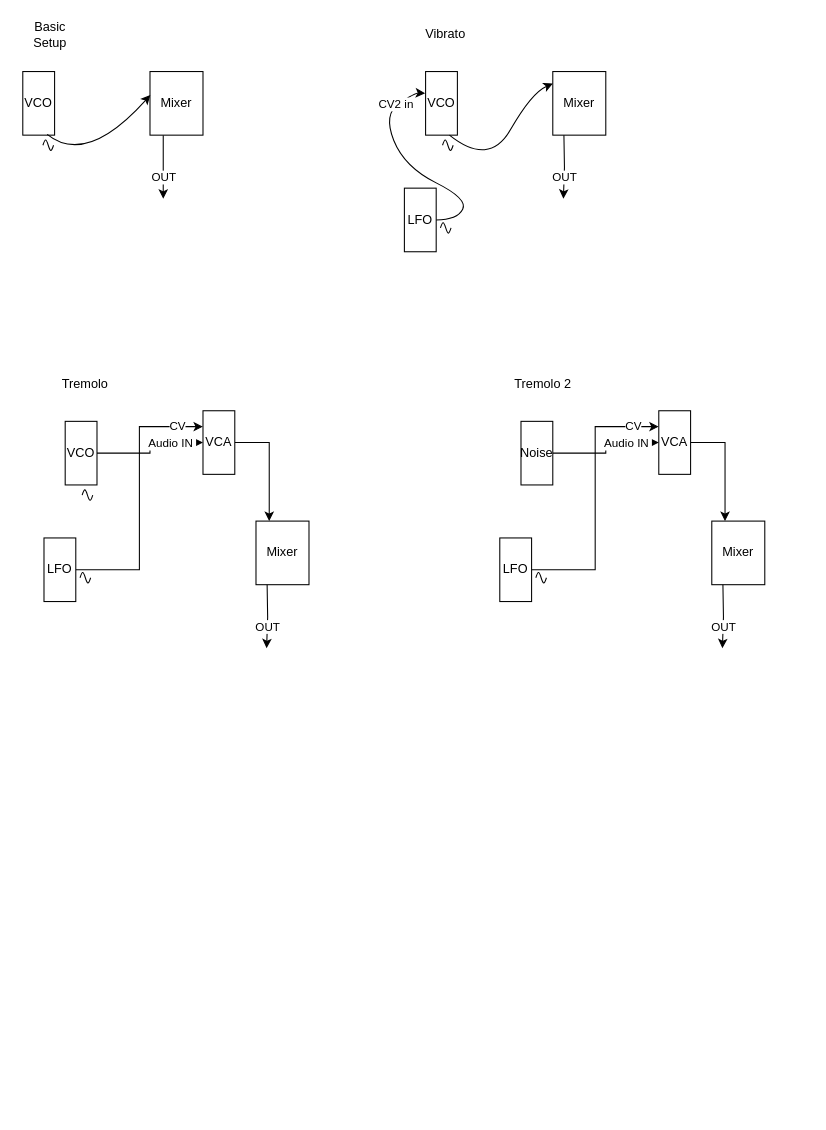
Above: 05-Analog-Synthesis/01-Oscillators/VCO_LFO_Basics.drawio in SEM-Mozarteum/sem-meko (draw.io), before the change. Source tidied: cells renumbered, new cells numbered last; positions are measured from the earlier drawing's top-left corner, leaving out a move shared by most shapes. Both pictures are drawn from the tidied source at 106%, with x=0, y=0 at pixel (18, 18).
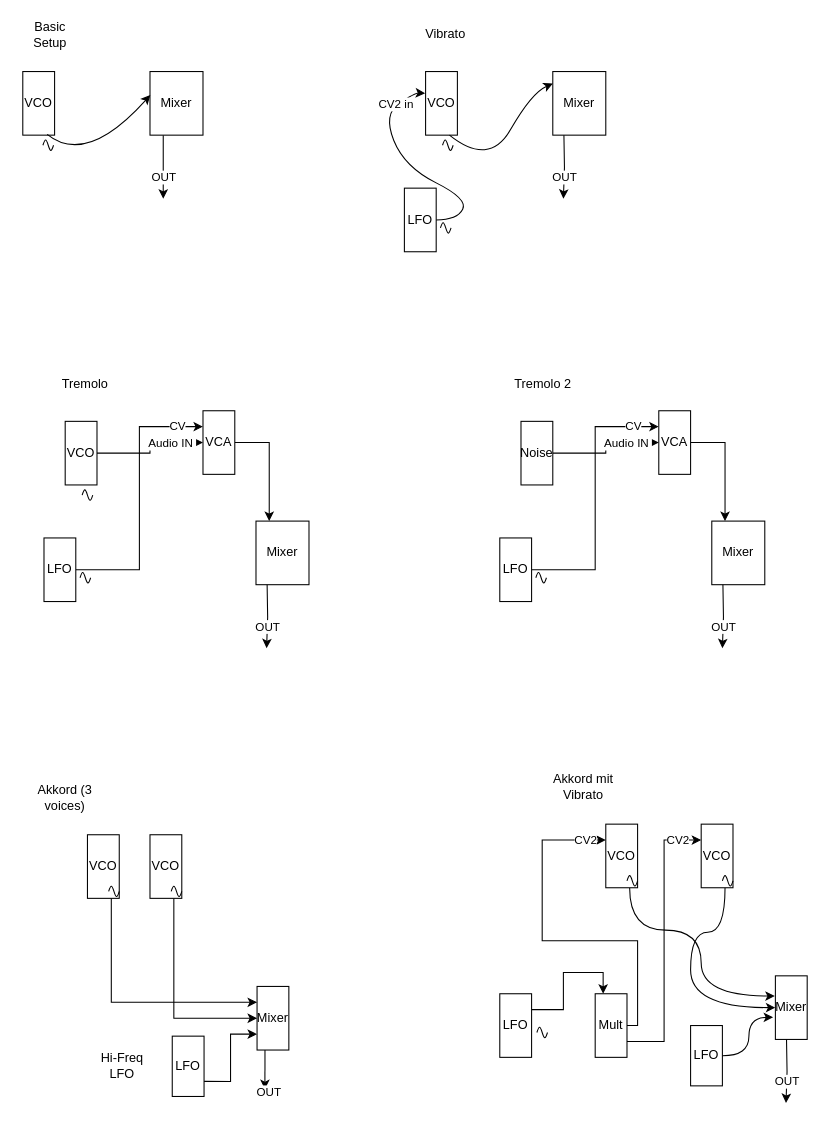
After the change.

What changed in the source:
```diff
@@
+    <mxCell id="47" style="edgeStyle=orthogonalEdgeStyle;rounded=0;jettySize=auto;html=1;exitX=0.75;exitY=1;exitDx=0;exitDy=0;entryX=-0.018;entryY=0.318;entryDx=0;entryDy=0;curved=1;entryPerimeter=0;" parent="1" edge="1" source="48" target="49">
+      <mxGeometry relative="1" as="geometry">
+        <Array as="points">
+          <mxPoint x="576" y="860" />
+          <mxPoint x="644" y="860" />
+          <mxPoint x="644" y="922" />
+        </Array>
+      </mxGeometry>
+    </mxCell>
+    <mxCell id="48" value="VCO" style="rounded=0;whiteSpace=wrap;html=1;align=center;" parent="1" vertex="1">
+      <mxGeometry x="554" y="760" width="30" height="60" as="geometry" />
+    </mxCell>
+    <mxCell id="49" value="Mixer" style="rounded=0;whiteSpace=wrap;html=1;align=center;" parent="1" vertex="1">
+      <mxGeometry x="714" y="903.1" width="30" height="60" as="geometry" />
+    </mxCell>
+    <mxCell id="50" style="edgeStyle=orthogonalEdgeStyle;rounded=0;jettySize=auto;html=1;exitX=1;exitY=0.25;exitDx=0;exitDy=0;entryX=0.25;entryY=0;entryDx=0;entryDy=0;" parent="1" edge="1" source="51" target="61">
+      <mxGeometry relative="1" as="geometry" />
+    </mxCell>
+    <mxCell id="51" value="LFO" style="rounded=0;whiteSpace=wrap;html=1;align=center;" parent="1" vertex="1">
+      <mxGeometry x="454" y="920" width="30" height="60" as="geometry" />
+    </mxCell>
+    <mxCell id="52" style="verticalLabelPosition=bottom;shadow=0;dashed=0;align=center;html=1;verticalAlign=top;shape=mxgraph.electrical.waveforms.sine_wave;labelBackgroundColor=default;labelBorderColor=default;" parent="1" vertex="1">
+      <mxGeometry x="489" y="950" width="10" height="13.1" as="geometry" />
+    </mxCell>
+    <mxCell id="53" value="Akkord mit Vibrato" style="text;html=1;whiteSpace=wrap;strokeColor=none;fillColor=none;align=center;verticalAlign=middle;rounded=0;" parent="1" vertex="1">
+      <mxGeometry x="503" y="710" width="60" height="30" as="geometry" />
+    </mxCell>
+    <mxCell id="54" style="verticalLabelPosition=bottom;shadow=0;dashed=0;align=center;html=1;verticalAlign=top;shape=mxgraph.electrical.waveforms.sine_wave;labelBackgroundColor=default;labelBorderColor=default;" parent="1" vertex="1">
+      <mxGeometry x="574" y="806.9" width="10" height="13.1" as="geometry" />
+    </mxCell>
+    <mxCell id="55" style="edgeStyle=orthogonalEdgeStyle;rounded=0;orthogonalLoop=1;jettySize=auto;html=1;exitX=0.25;exitY=1;exitDx=0;exitDy=0;" parent="1" edge="1">
+      <mxGeometry relative="1" as="geometry">
+        <mxPoint x="724.5" y="963.1" as="sourcePoint" />
+        <mxPoint x="724" y="1023.1" as="targetPoint" />
+      </mxGeometry>
+    </mxCell>
+    <mxCell id="56" value="OUT" style="edgeLabel;html=1;align=center;verticalAlign=middle;" parent="55" vertex="1">
+      <mxGeometry x="0.52" relative="1" as="geometry">
+        <mxPoint y="-6" as="offset" />
+      </mxGeometry>
+    </mxCell>
+    <mxCell id="57" style="edgeStyle=orthogonalEdgeStyle;rounded=0;jettySize=auto;html=1;exitX=1;exitY=0.5;exitDx=0;exitDy=0;entryX=0;entryY=0.25;entryDx=0;entryDy=0;" parent="1" edge="1" source="61" target="48">
+      <mxGeometry relative="1" as="geometry">
+        <Array as="points">
+          <mxPoint x="584" y="950" />
+          <mxPoint x="584" y="870" />
+          <mxPoint x="494" y="870" />
+          <mxPoint x="494" y="775" />
+        </Array>
+      </mxGeometry>
+    </mxCell>
+    <mxCell id="58" value="CV2" style="edgeLabel;html=1;align=center;verticalAlign=middle;" parent="57" vertex="1">
+      <mxGeometry x="0.88" y="1" relative="1" as="geometry" />
+    </mxCell>
+    <mxCell id="59" style="edgeStyle=orthogonalEdgeStyle;rounded=0;jettySize=auto;html=1;exitX=1;exitY=0.75;exitDx=0;exitDy=0;entryX=0;entryY=0.25;entryDx=0;entryDy=0;" parent="1" edge="1" source="61" target="63">
+      <mxGeometry relative="1" as="geometry" />
+    </mxCell>
+    <mxCell id="60" value="CV2" style="edgeLabel;html=1;align=center;verticalAlign=middle;" parent="59" vertex="1">
+      <mxGeometry x="0.88" y="2" relative="1" as="geometry">
+        <mxPoint x="-7" y="1" as="offset" />
+      </mxGeometry>
+    </mxCell>
+    <mxCell id="61" value="Mult" style="rounded=0;whiteSpace=wrap;html=1;align=center;" parent="1" vertex="1">
+      <mxGeometry x="544" y="920" width="30" height="60" as="geometry" />
+    </mxCell>
+    <mxCell id="62" style="edgeStyle=orthogonalEdgeStyle;rounded=0;jettySize=auto;html=1;exitX=0.75;exitY=1;exitDx=0;exitDy=0;entryX=0;entryY=0.5;entryDx=0;entryDy=0;curved=1;" parent="1" edge="1" source="63" target="49">
+      <mxGeometry relative="1" as="geometry">
+        <Array as="points">
+          <mxPoint x="666" y="862" />
+          <mxPoint x="634" y="862" />
+          <mxPoint x="634" y="933" />
+        </Array>
+      </mxGeometry>
+    </mxCell>
+    <mxCell id="63" value="VCO" style="rounded=0;whiteSpace=wrap;html=1;align=center;" parent="1" vertex="1">
+      <mxGeometry x="644" y="760" width="30" height="60" as="geometry" />
+    </mxCell>
+    <mxCell id="64" style="verticalLabelPosition=bottom;shadow=0;dashed=0;align=center;html=1;verticalAlign=top;shape=mxgraph.electrical.waveforms.sine_wave;labelBackgroundColor=default;labelBorderColor=default;" parent="1" vertex="1">
+      <mxGeometry x="664" y="806.9" width="10" height="13.1" as="geometry" />
+    </mxCell>
+    <mxCell id="65" value="LFO" style="rounded=0;whiteSpace=wrap;html=1;align=center;" parent="1" vertex="1">
+      <mxGeometry x="634" y="950" width="30" height="56.9" as="geometry" />
+    </mxCell>
+    <mxCell id="66" style="edgeStyle=orthogonalEdgeStyle;rounded=0;jettySize=auto;html=1;exitX=1;exitY=0.5;exitDx=0;exitDy=0;entryX=-0.071;entryY=0.653;entryDx=0;entryDy=0;entryPerimeter=0;curved=1;" parent="1" edge="1" source="65" target="49">
+      <mxGeometry relative="1" as="geometry" />
+    </mxCell>
+    <mxCell id="67" style="edgeStyle=orthogonalEdgeStyle;rounded=0;jettySize=auto;html=1;exitX=0.75;exitY=1;exitDx=0;exitDy=0;entryX=0;entryY=0.25;entryDx=0;entryDy=0;" parent="1" edge="1" source="68" target="70">
+      <mxGeometry relative="1" as="geometry" />
+    </mxCell>
+    <mxCell id="68" value="VCO" style="rounded=0;whiteSpace=wrap;html=1;align=center;" parent="1" vertex="1">
+      <mxGeometry x="65" y="770" width="30" height="60" as="geometry" />
+    </mxCell>
+    <mxCell id="69" style="edgeStyle=orthogonalEdgeStyle;rounded=0;jettySize=auto;html=1;exitX=0.25;exitY=1;exitDx=0;exitDy=0;" parent="1" edge="1" source="70">
+      <mxGeometry relative="1" as="geometry">
+        <mxPoint x="232.4" y="1010" as="targetPoint" />
+      </mxGeometry>
+    </mxCell>
+    <mxCell id="70" value="Mixer" style="rounded=0;whiteSpace=wrap;html=1;align=center;" parent="1" vertex="1">
+      <mxGeometry x="225" y="913.1" width="30" height="60" as="geometry" />
+    </mxCell>
+    <mxCell id="71" value="Akkord (3 voices)" style="text;html=1;whiteSpace=wrap;strokeColor=none;fillColor=none;align=center;verticalAlign=middle;rounded=0;" parent="1" vertex="1">
+      <mxGeometry x="14" y="720" width="60" height="30" as="geometry" />
+    </mxCell>
+    <mxCell id="72" style="verticalLabelPosition=bottom;shadow=0;dashed=0;align=center;html=1;verticalAlign=top;shape=mxgraph.electrical.waveforms.sine_wave;labelBackgroundColor=default;labelBorderColor=default;" parent="1" vertex="1">
+      <mxGeometry x="85" y="816.9" width="10" height="13.1" as="geometry" />
+    </mxCell>
+    <mxCell id="73" value="OUT" style="edgeLabel;html=1;align=center;verticalAlign=middle;" parent="1" vertex="1">
+      <mxGeometry x="235" y="1012.3" as="geometry" />
+    </mxCell>
+    <mxCell id="74" style="edgeStyle=orthogonalEdgeStyle;rounded=0;jettySize=auto;html=1;exitX=0.75;exitY=1;exitDx=0;exitDy=0;entryX=0;entryY=0.5;entryDx=0;entryDy=0;" parent="1" edge="1" source="75" target="70">
+      <mxGeometry relative="1" as="geometry" />
+    </mxCell>
+    <mxCell id="75" value="VCO" style="rounded=0;whiteSpace=wrap;html=1;align=center;" parent="1" vertex="1">
+      <mxGeometry x="124" y="770" width="30" height="60" as="geometry" />
+    </mxCell>
+    <mxCell id="76" style="verticalLabelPosition=bottom;shadow=0;dashed=0;align=center;html=1;verticalAlign=top;shape=mxgraph.electrical.waveforms.sine_wave;labelBackgroundColor=default;labelBorderColor=default;" parent="1" vertex="1">
+      <mxGeometry x="144" y="816.9" width="10" height="13.1" as="geometry" />
+    </mxCell>
+    <mxCell id="77" style="edgeStyle=orthogonalEdgeStyle;rounded=0;jettySize=auto;html=1;exitX=1;exitY=0.75;exitDx=0;exitDy=0;entryX=0;entryY=0.75;entryDx=0;entryDy=0;" parent="1" edge="1" source="78" target="70">
+      <mxGeometry relative="1" as="geometry" />
+    </mxCell>
+    <mxCell id="78" value="LFO" style="rounded=0;whiteSpace=wrap;html=1;align=center;" parent="1" vertex="1">
+      <mxGeometry x="145" y="960" width="30" height="56.9" as="geometry" />
+    </mxCell>
+    <mxCell id="79" value="Hi-Freq&lt;br&gt;LFO" style="text;html=1;whiteSpace=wrap;strokeColor=none;fillColor=none;align=center;verticalAlign=middle;rounded=0;" parent="1" vertex="1">
+      <mxGeometry x="68" y="973.1" width="60" height="30" as="geometry" />
+    </mxCell>
```
